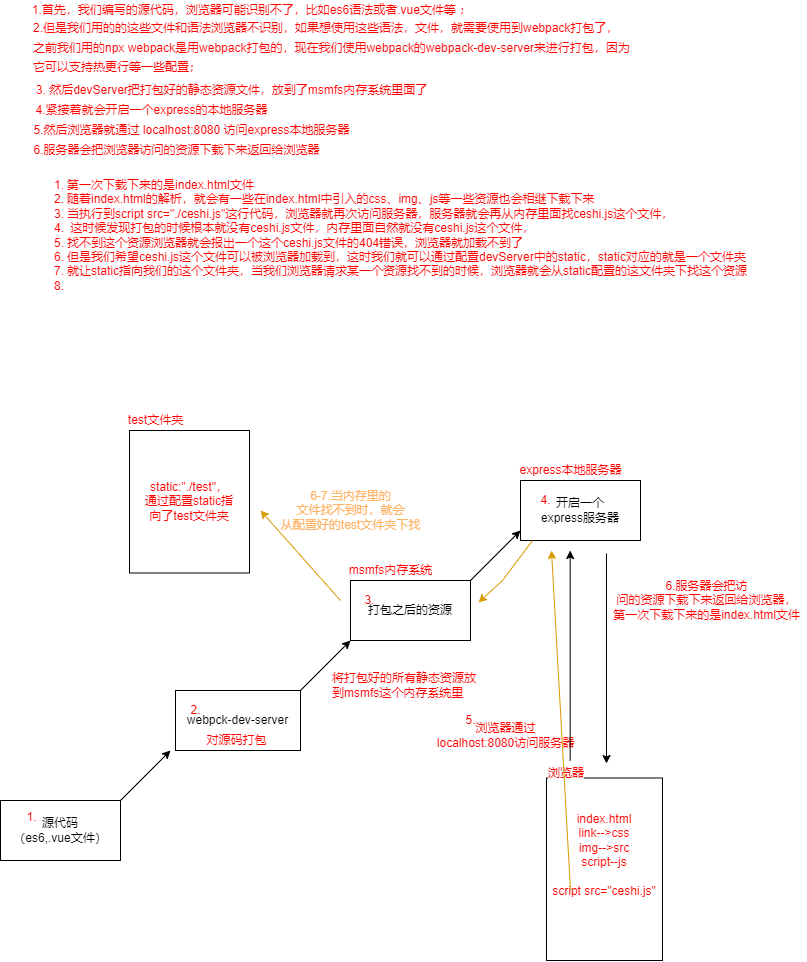
Earlier version of the draw.io export 前端学习思维导图/devServer打包流程.drawio.png (PrivateCodeWorld/learning-notes). Source tidied: cells renumbered, new cells last; positions are measured from the earlier drawing's top-left corner, leaving out a move shared by most shapes.
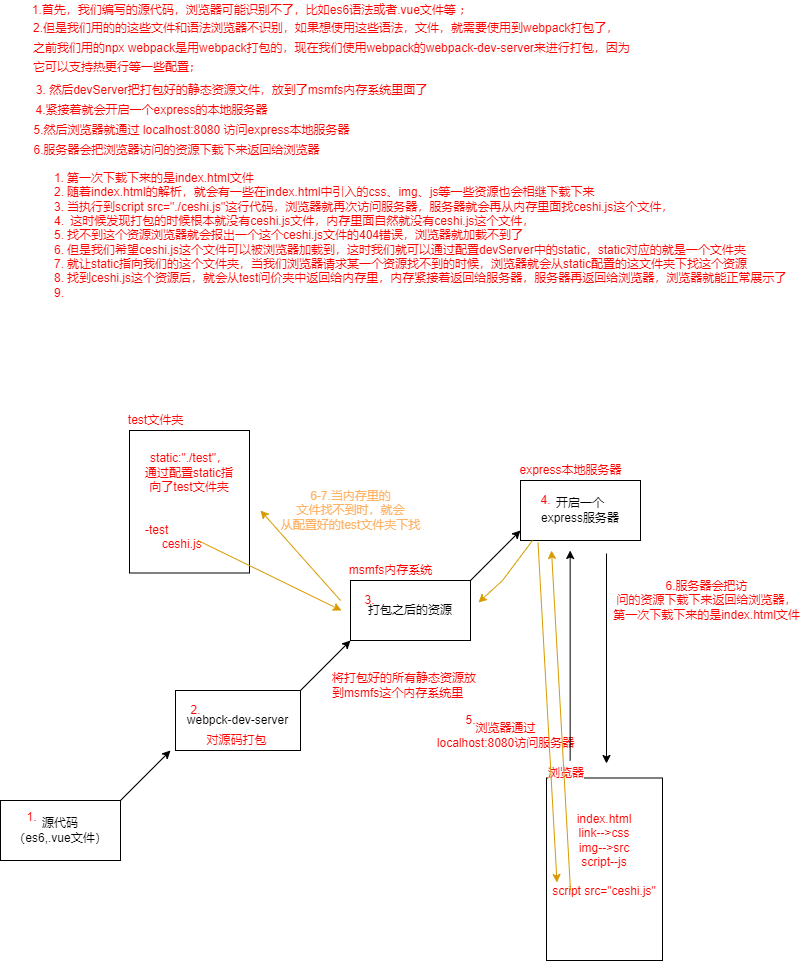
Above is the later version.

Commit message:
更新devServer打包流程.drawio.png

Diff of the diagram source:
```diff
@@ -104,10 +104,10 @@
     <mxCell id="30" value="6.服务器会把浏览器访问的资源下载下来返回给浏览器" style="text;html=1;align=center;verticalAlign=middle;strokeColor=none;fillColor=none;fontSize=12;fontColor=#FF0000;" parent="1" vertex="1">
       <mxGeometry x="26" y="140" width="300" height="20" as="geometry" />
     </mxCell>
-    <mxCell id="31" value="&lt;ol&gt;&lt;li&gt;第一次下载下来的是index.html文件&lt;/li&gt;&lt;li&gt;随着index.html的解析，就会有一些在index.html中引入的css、img、js等一些资源也会相继下载下来&lt;/li&gt;&lt;li&gt;当执行到script src=&quot;./ceshi.js&quot;这行代码，浏览器就再次访问服务器，服务器就会再从内存里面找ceshi.js这个文件，&lt;/li&gt;&lt;li&gt;&amp;nbsp;&lt;span&gt;这时候发现打包的时候根本就没有ceshi.js文件，内存里面自然就没有ceshi.js这个文件，&lt;/span&gt;&lt;/li&gt;&lt;li&gt;找不到这个资源浏览器就会报出一个这个ceshi.js文件的404错误，浏览器就加载不到了&lt;/li&gt;&lt;li&gt;但是我们希望ceshi.js这个文件可以被浏览器加载到，这时我们就可以通过配置devServer中的static，static对应的就是一个文件夹&lt;/li&gt;&lt;li&gt;就让static指向我们的这个文件夹，当我们浏览器请求某一个资源找不到的时候，浏览器就会从static配置的这文件夹下找这个资源&lt;/li&gt;&lt;li&gt;&lt;br&gt;&lt;/li&gt;&lt;/ol&gt;" style="text;html=1;align=left;verticalAlign=middle;strokeColor=none;fillColor=none;fontSize=12;fontColor=#FF0000;" parent="1" vertex="1">
-      <mxGeometry x="25" y="165" width="740" height="140" as="geometry" />
+    <mxCell id="31" value="&lt;ol&gt;&lt;li&gt;第一次下载下来的是index.html文件&lt;/li&gt;&lt;li&gt;随着index.html的解析，就会有一些在index.html中引入的css、img、js等一些资源也会相继下载下来&lt;/li&gt;&lt;li&gt;当执行到script src=&quot;./ceshi.js&quot;这行代码，浏览器就再次访问服务器，服务器就会再从内存里面找ceshi.js这个文件，&lt;/li&gt;&lt;li&gt;&amp;nbsp;&lt;span&gt;这时候发现打包的时候根本就没有ceshi.js文件，内存里面自然就没有ceshi.js这个文件，&lt;/span&gt;&lt;/li&gt;&lt;li&gt;找不到这个资源浏览器就会报出一个这个ceshi.js文件的404错误，浏览器就加载不到了&lt;/li&gt;&lt;li&gt;但是我们希望ceshi.js这个文件可以被浏览器加载到，这时我们就可以通过配置devServer中的static，static对应的就是一个文件夹&lt;/li&gt;&lt;li&gt;就让static指向我们的这个文件夹，当我们浏览器请求某一个资源找不到的时候，浏览器就会从static配置的这文件夹下找这个资源&lt;/li&gt;&lt;li&gt;找到ceshi.js这个资源后，就会从test问价夹中返回给内存里，内存紧接着返回给服务器，服务器再返回给浏览器，浏览器就能正常展示了&lt;/li&gt;&lt;li&gt;&lt;br&gt;&lt;/li&gt;&lt;/ol&gt;" style="text;html=1;align=left;verticalAlign=middle;strokeColor=none;fillColor=none;fontSize=12;fontColor=#FF0000;" parent="1" vertex="1">
+      <mxGeometry x="25" y="155" width="770" height="160" as="geometry" />
     </mxCell>
-    <mxCell id="32" value="static:&quot;./test&quot;，&lt;br&gt;通过配置static指&lt;br&gt;向了test文件夹" style="whiteSpace=wrap;html=1;fontSize=12;fontColor=#FF0000;" parent="1" vertex="1">
+    <mxCell id="32" value="static:&quot;./test&quot;，&lt;br&gt;通过配置static指&lt;br&gt;向了test文件夹&lt;br&gt;&lt;br&gt;&lt;br&gt;&lt;div style=&quot;text-align: left&quot;&gt;&lt;span&gt;-test&lt;/span&gt;&lt;/div&gt;&lt;div style=&quot;text-align: left&quot;&gt;&lt;span&gt;&amp;nbsp; &amp;nbsp; &amp;nbsp;ceshi.js&lt;/span&gt;&lt;/div&gt;" style="whiteSpace=wrap;html=1;fontSize=12;fontColor=#FF0000;" parent="1" vertex="1">
       <mxGeometry x="129" y="430" width="120" height="142.5" as="geometry" />
     </mxCell>
     <mxCell id="33" value="test文件夹" style="text;html=1;align=center;verticalAlign=middle;strokeColor=none;fillColor=none;fontSize=12;fontColor=#FF0000;" parent="1" vertex="1">
@@ -137,5 +137,17 @@
     <mxCell id="37" value="&lt;font color=&quot;#ffb366&quot;&gt;6-7.当内存里的&lt;br&gt;文件找不到时，就会&lt;br&gt;从配置好的test文件夹下找&lt;/font&gt;" style="text;html=1;align=center;verticalAlign=middle;strokeColor=none;fillColor=none;fontSize=12;fontColor=#FF0000;" parent="1" vertex="1">
       <mxGeometry x="270" y="485" width="160" height="50" as="geometry" />
     </mxCell>
+    <mxCell id="38" style="endArrow=classic;html=1;rounded=0;fontSize=12;fontColor=#FF0000;fillColor=#ffe6cc;strokeColor=#d79b00;" parent="1" edge="1">
+      <mxGeometry relative="1" as="geometry">
+        <mxPoint x="197.5" y="540" as="sourcePoint" />
+        <mxPoint x="341" y="610" as="targetPoint" />
+      </mxGeometry>
+    </mxCell>
+    <mxCell id="39" style="endArrow=classic;html=1;rounded=0;fontSize=12;fontColor=#FF0000;fillColor=#ffe6cc;strokeColor=#d79b00;" parent="1" edge="1">
+      <mxGeometry relative="1" as="geometry">
+        <mxPoint x="537.5" y="542" as="sourcePoint" />
+        <mxPoint x="556.5" y="882" as="targetPoint" />
+      </mxGeometry>
+    </mxCell>
   </root>
 </mxGraphModel>
```
